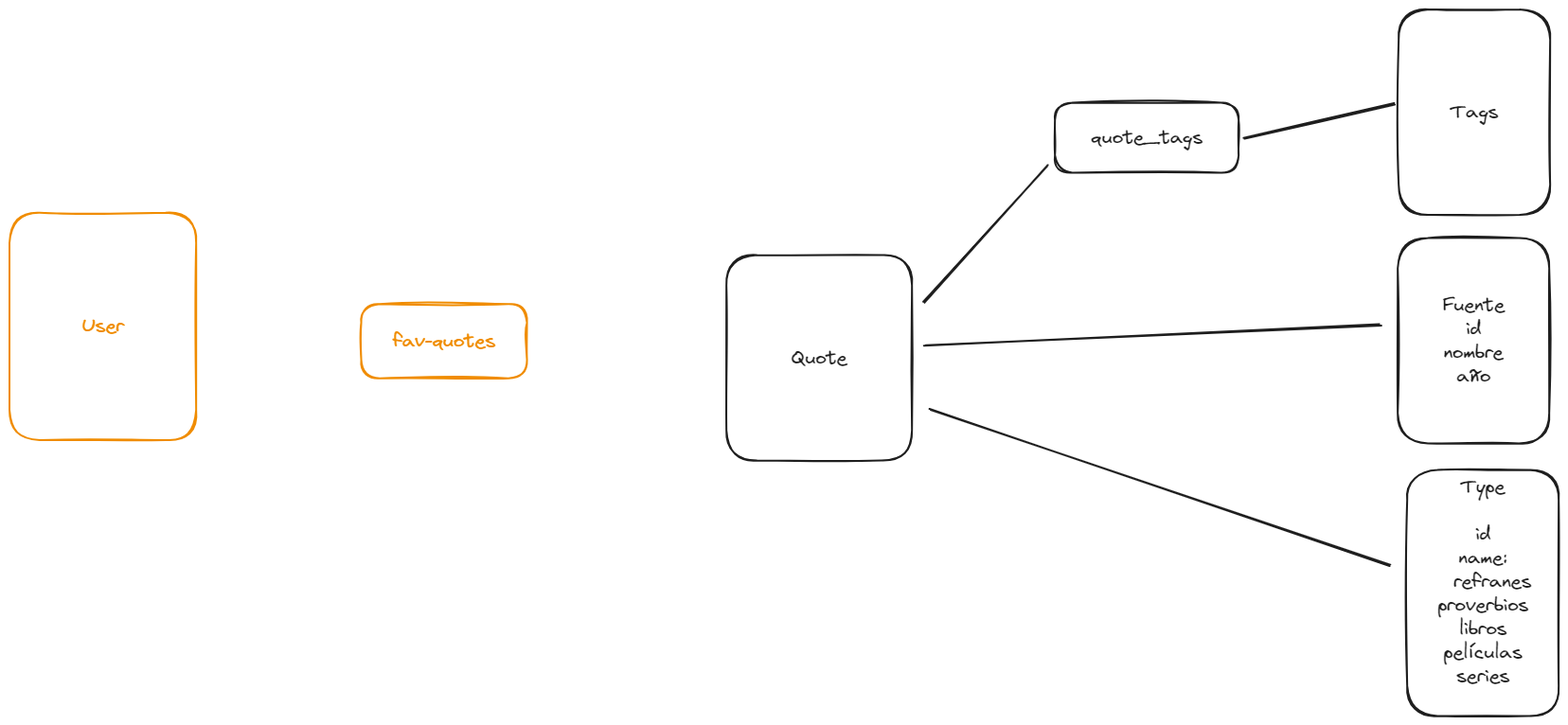
Before: arch_models.excalidraw.png, a diagram exported from Excalidraw (pabpereza/quotes). Source tidied: one line per element, renumbered; positions are measured from the earlier drawing's top-left corner, leaving out a move shared by most shapes.
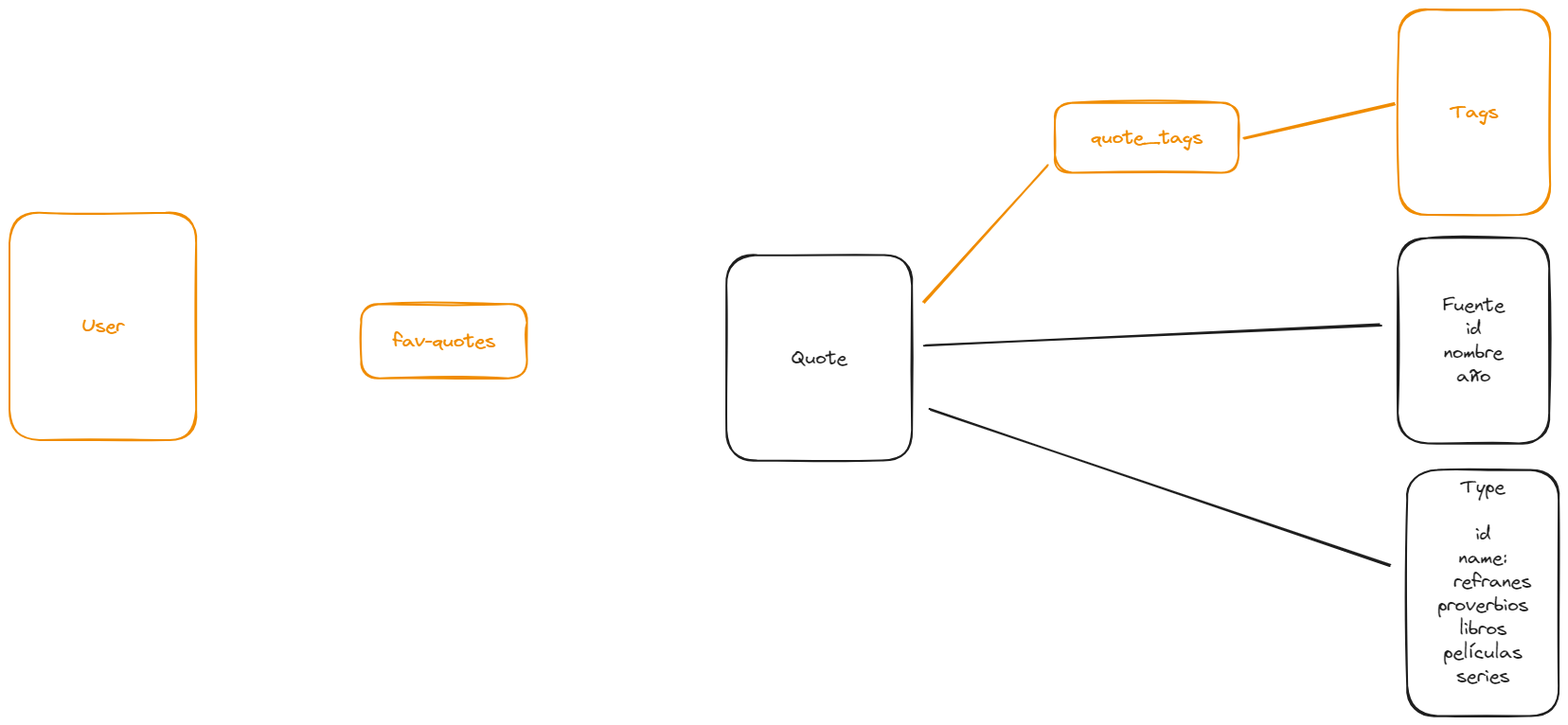
The same diagram one commit later.

What changed in the source:
```diff
@@ -1,15 +1,15 @@
-{"id": 0, "type": "rectangle", "strokeColor": "#1e1e1e", "strokeWidth": 2, "roughness": 1, "round": true, "x": 1467, "y": 0, "width": 160, "height": 217}
+{"id": 0, "type": "rectangle", "strokeColor": "#f08c00", "strokeWidth": 2, "roughness": 1, "round": true, "x": 1467, "y": 0, "width": 160, "height": 217}
-{"id": 1, "type": "text", "text": "Tags", "strokeColor": "#1e1e1e", "strokeWidth": 2, "roughness": 1, "fontSize": 20, "fontFamily": 1, "textAlign": "center", "verticalAlign": "middle", "inside": 0, "x": 1522, "y": 96, "width": 50, "height": 25}
+{"id": 1, "type": "text", "text": "Tags", "strokeColor": "#f08c00", "strokeWidth": 2, "roughness": 1, "fontSize": 20, "fontFamily": 1, "textAlign": "center", "verticalAlign": "middle", "inside": 0, "x": 1522, "y": 96, "width": 50, "height": 25}
 {"id": 2, "type": "rectangle", "strokeColor": "#1e1e1e", "strokeWidth": 2, "roughness": 1, "round": true, "x": 757, "y": 260, "width": 196, "height": 217}
 {"id": 3, "type": "text", "text": "Quote", "strokeColor": "#1e1e1e", "strokeWidth": 2, "roughness": 1, "fontSize": 20, "fontFamily": 1, "textAlign": "center", "verticalAlign": "middle", "inside": 2, "x": 826, "y": 356, "width": 59, "height": 25}
 {"id": 4, "type": "rectangle", "strokeColor": "#1e1e1e", "strokeWidth": 2, "roughness": 1, "round": true, "x": 1466, "y": 242, "width": 160, "height": 217}
 {"id": 5, "type": "text", "text": "Fuente\nid\nnombre\naño", "strokeColor": "#1e1e1e", "strokeWidth": 2, "roughness": 1, "fontSize": 20, "fontFamily": 1, "textAlign": "center", "verticalAlign": "middle", "inside": 4, "x": 1513, "y": 300, "width": 65, "height": 100}
 {"id": 6, "type": "rectangle", "strokeColor": "#1e1e1e", "strokeWidth": 2, "roughness": 1, "round": true, "x": 1476, "y": 486, "width": 160, "height": 260}
 {"id": 7, "type": "text", "text": "Type\n\nid\nname:\n  refranes\nproverbios\nlibros\npelículas\nseries\n", "strokeColor": "#1e1e1e", "strokeWidth": 2, "roughness": 1, "fontSize": 20, "fontFamily": 1, "textAlign": "center", "inside": 6, "x": 1505, "y": 492, "width": 102, "height": 250}
-{"id": 8, "type": "rectangle", "strokeColor": "#1e1e1e", "strokeWidth": 2, "roughness": 1, "round": true, "x": 1104, "y": 98, "width": 194, "height": 74}
+{"id": 8, "type": "rectangle", "strokeColor": "#f08c00", "strokeWidth": 2, "roughness": 1, "round": true, "x": 1104, "y": 98, "width": 194, "height": 74}
-{"id": 9, "type": "text", "text": "quote_tags", "strokeColor": "#1e1e1e", "strokeWidth": 2, "roughness": 1, "fontSize": 20, "fontFamily": 1, "textAlign": "center", "verticalAlign": "middle", "inside": 8, "x": 1142, "y": 123, "width": 118, "height": 25}
+{"id": 9, "type": "text", "text": "quote_tags", "strokeColor": "#f08c00", "strokeWidth": 2, "roughness": 1, "fontSize": 20, "fontFamily": 1, "textAlign": "center", "verticalAlign": "middle", "inside": 8, "x": 1142, "y": 123, "width": 118, "height": 25}
-{"id": 10, "type": "arrow", "strokeColor": "#1e1e1e", "strokeWidth": 2, "roughness": 1, "round": true, "from": 2, "to": 8, "x": 966, "y": 309, "width": 130, "height": 144, "points": [[0, 0], [130, -144]]}
+{"id": 10, "type": "arrow", "strokeColor": "#f08c00", "strokeWidth": 2, "roughness": 1, "round": true, "from": 2, "to": 8, "x": 966, "y": 309, "width": 130, "height": 144, "points": [[0, 0], [130, -144]]}
-{"id": 11, "type": "arrow", "strokeColor": "#1e1e1e", "strokeWidth": 2, "roughness": 1, "round": true, "from": 8, "to": 0, "x": 1304, "y": 136, "width": 159, "height": 37, "points": [[0, 0], [159, -37]]}
+{"id": 11, "type": "arrow", "strokeColor": "#f08c00", "strokeWidth": 2, "roughness": 1, "round": true, "from": 8, "to": 0, "x": 1304, "y": 136, "width": 159, "height": 37, "points": [[0, 0], [159, -37]]}
 {"id": 12, "type": "arrow", "strokeColor": "#1e1e1e", "strokeWidth": 2, "roughness": 1, "round": true, "from": 2, "to": 4, "x": 967, "y": 354, "width": 481, "height": 22, "points": [[0, 0], [481, -22]]}
 {"id": 13, "type": "arrow", "strokeColor": "#1e1e1e", "strokeWidth": 2, "roughness": 1, "round": true, "from": 2, "to": 6, "x": 972, "y": 423, "width": 485, "height": 164, "points": [[0, 0], [485, 164]]}
 {"id": 14, "type": "rectangle", "strokeColor": "#f08c00", "strokeWidth": 2, "roughness": 1, "round": true, "x": 0, "y": 215, "width": 197, "height": 240}
```
